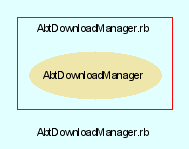
Earlier version of the Graphviz export src/trunk/doc/dot/f_1.png (eschabell/abtlinux). Its source is kept beside it as src/trunk/doc/dot/f_1.dot.
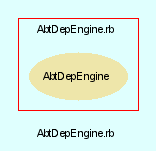
The same file after the commit.

Diff of the diagram source:
```diff
@@ -3,24 +3,24 @@
     bgcolor = lightcyan1
     fontname = Arial
     fontsize = 8
-    label = "AbtDownloadManager.rb"
+    label = "AbtDepEngine.rb"
     node [
         fontname = Arial,
         fontsize = 8,
         color = black
     ]
 
-    subgraph cluster_2 {
+    subgraph cluster_1 {
         fontname = Arial
         color = red
-        label = "AbtDownloadManager.rb"
-        AbtDownloadManager [
+        label = "AbtDepEngine.rb"
+        AbtDepEngine [
             fontcolor = black,
-            URL = "classes/AbtDownloadManager.html",
+            URL = "classes/AbtDepEngine.html",
             shape = ellipse,
             color = palegoldenrod,
             style = filled,
-            label = "AbtDownloadManager"
+            label = "AbtDepEngine"
         ]
 
     }
```
